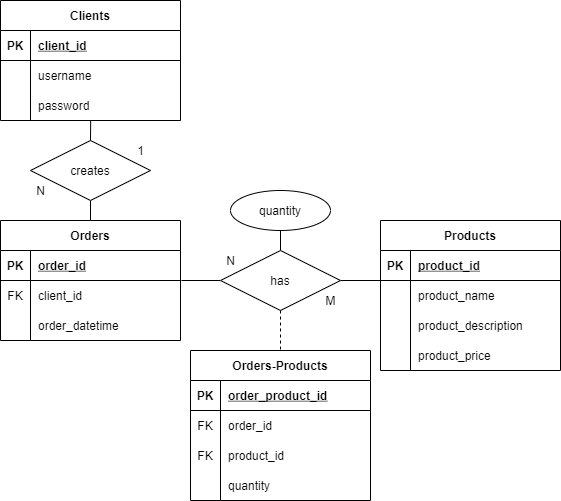
serujin/ShoeStore keeps this draw.io diagram as shoe_store_er.png. Above is the earlier version. Source tidied: cells renumbered, new cells last; positions are measured from the earlier drawing's top-left corner, leaving out a move shared by most shapes.
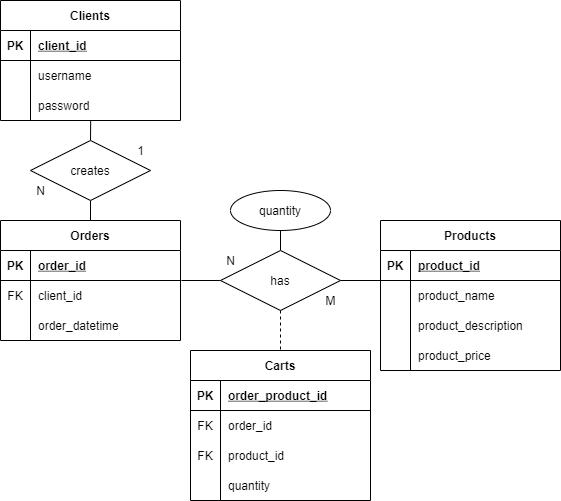
The same file after the commit.

What changed in the source:
```diff
@@ -101,7 +101,7 @@
     <mxCell id="34" value="order_datetime" style="shape=partialRectangle;fillColor=none;top=0;left=0;bottom=0;right=0;align=left;spacingLeft=6;overflow=hidden;" parent="32" vertex="1">
       <mxGeometry x="30" width="150" height="30" as="geometry" />
     </mxCell>
-    <mxCell id="35" value="Orders-Products" style="shape=table;startSize=30;rowLines=0;fontStyle=1;align=center;" parent="1" vertex="1">
+    <mxCell id="35" value="Carts" style="shape=table;startSize=30;rowLines=0;fontStyle=1;align=center;" parent="1" vertex="1">
       <mxGeometry x="190" y="350" width="180" height="150" as="geometry" />
     </mxCell>
     <mxCell id="36" style="shape=partialRectangle;fillColor=none;top=0;left=0;bottom=1;right=0;" parent="35" vertex="1">
```
